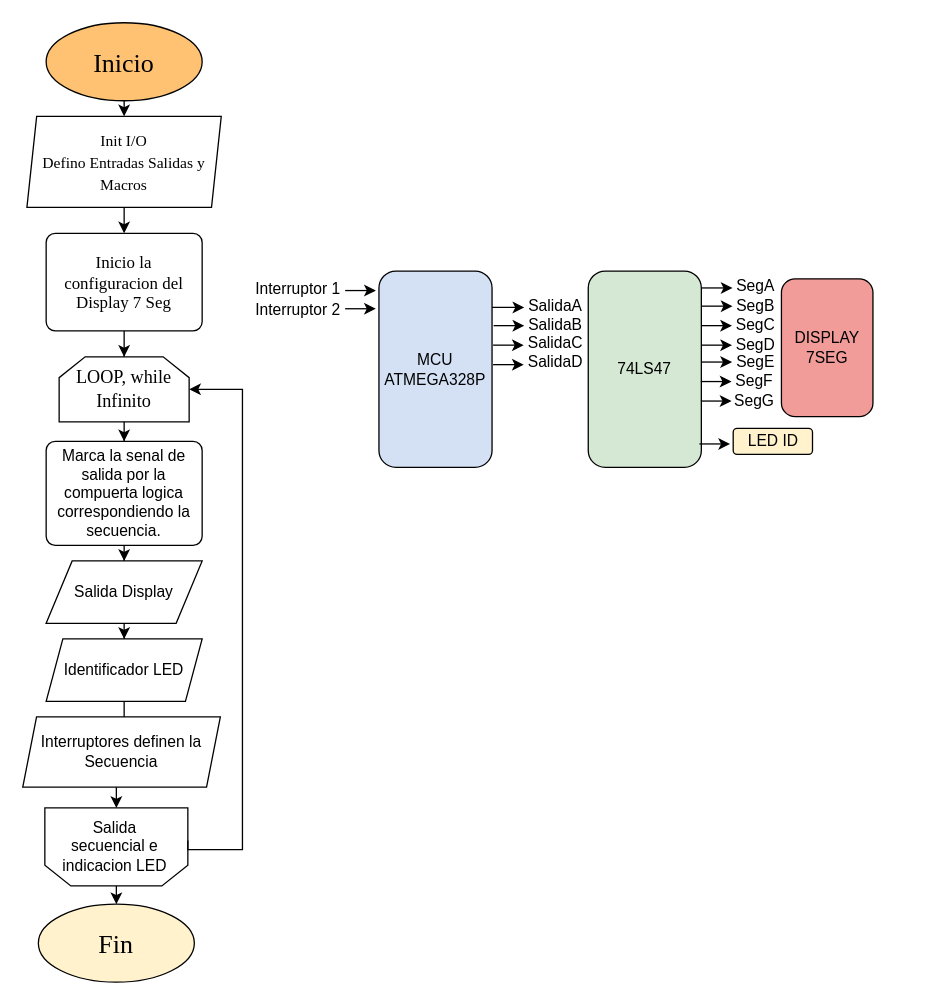
The draw.io diagram Untitled Diagram.drawio in AmbrizPapo/Ambriz-Pablo, before the edit. Source tidied: cells renumbered, new cells numbered last; positions are measured from the earlier drawing's top-left corner, leaving out a move shared by most shapes. Both pictures are drawn from the tidied source at 130%, with x=0, y=0 at pixel (22, 22).
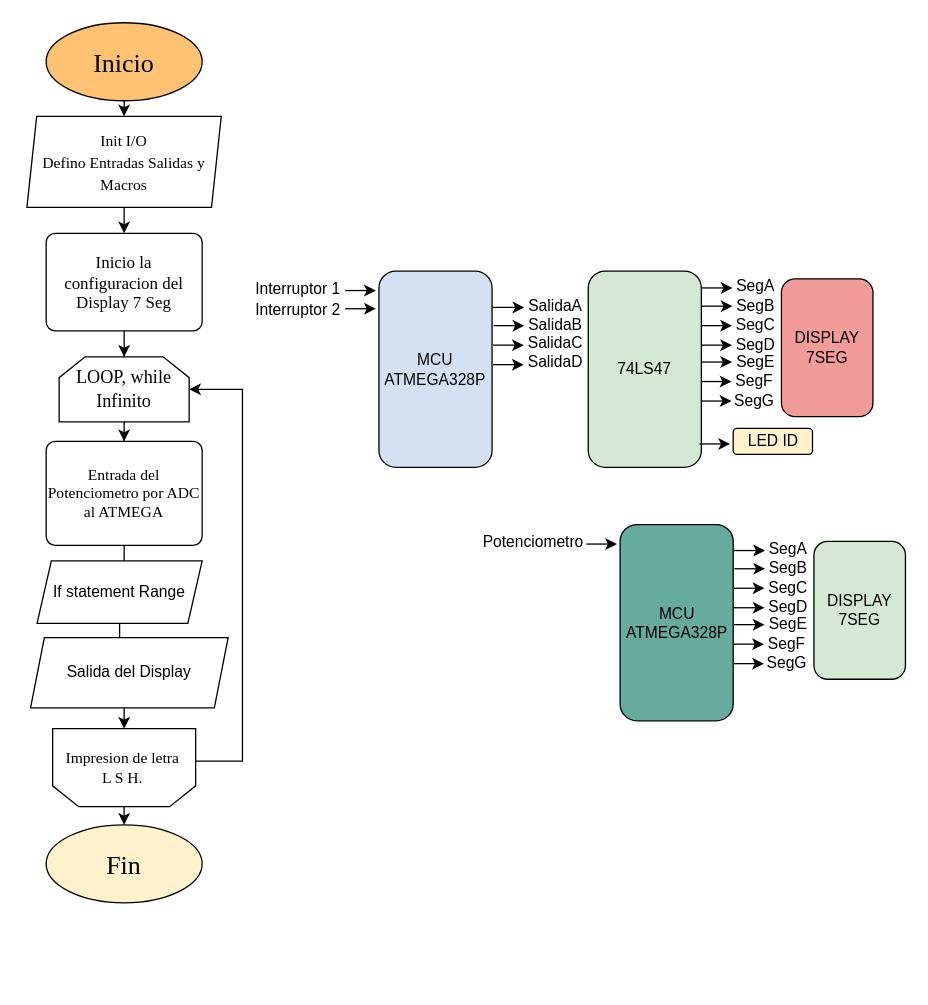
Above is the later version.

The change refers to these unchanged cells:
```xml
<mxCell id="7" value="&lt;div style=&quot;font-size: 14px&quot;&gt;&lt;font style=&quot;font-size: 14px&quot; face=&quot;Times New Roman&quot;&gt;LOOP, while&lt;br&gt;&lt;/font&gt;&lt;/div&gt;&lt;div style=&quot;font-size: 14px&quot;&gt;&lt;font style=&quot;font-size: 14px&quot; face=&quot;Times New Roman&quot;&gt;Infinito&lt;br&gt;&lt;/font&gt;&lt;/div&gt;" style="shape=loopLimit;whiteSpace=wrap;html=1;" parent="1" vertex="1">
  <mxGeometry x="28" y="257" width="100" height="50" as="geometry" />
</mxCell>
```

Diff of the diagram source:
```diff
@@
     <mxCell id="3" value="&lt;font style=&quot;font-size: 20px&quot; face=&quot;Times New Roman&quot;&gt;Fin&lt;/font&gt;" style="ellipse;whiteSpace=wrap;html=1;fillColor=#FFF2CC;" parent="1" vertex="1">
-      <mxGeometry x="12" y="678" width="120" height="60" as="geometry" />
+      <mxGeometry x="18" y="617" width="120" height="60" as="geometry" />
     </mxCell>
@@
-    <mxCell id="9" value="Marca la senal de salida por la compuerta logica correspondiendo la secuencia." style="rounded=1;whiteSpace=wrap;html=1;absoluteArcSize=1;arcSize=14;strokeWidth=1;" parent="1" vertex="1">
+    <mxCell id="9" value="&lt;font face=&quot;Times New Roman&quot;&gt;Entrada del Potenciometro por ADC al ATMEGA&lt;/font&gt;" style="rounded=1;whiteSpace=wrap;html=1;absoluteArcSize=1;arcSize=14;strokeWidth=1;" parent="1" vertex="1">
       <mxGeometry x="18" y="322" width="120" height="80" as="geometry" />
     </mxCell>
@@
     <mxCell id="13" style="edgeStyle=orthogonalEdgeStyle;rounded=0;jettySize=auto;html=1;exitX=0.5;exitY=1;exitDx=0;exitDy=0;entryX=0.5;entryY=1;entryDx=0;entryDy=0;" parent="1" edge="1" target="14">
       <mxGeometry relative="1" as="geometry">
-        <mxPoint x="76" y="579" as="sourcePoint" />
+        <mxPoint x="82" y="518" as="sourcePoint" />
       </mxGeometry>
     </mxCell>
     <mxCell id="14" style="shape=loopLimit;whiteSpace=wrap;html=1;strokeWidth=1;size=20;rotation=-180;" parent="1" vertex="1">
-      <mxGeometry x="17" y="604" width="110" height="60" as="geometry" />
+      <mxGeometry x="23" y="543" width="110" height="60" as="geometry" />
     </mxCell>
     <mxCell id="15" style="edgeStyle=orthogonalEdgeStyle;rounded=0;jettySize=auto;html=1;entryX=1;entryY=0.5;entryDx=0;entryDy=0;exitX=0;exitY=0.583;exitDx=0;exitDy=0;exitPerimeter=0;" parent="1" edge="1" source="14" target="7">
       <mxGeometry relative="1" as="geometry">
         <Array as="points">
-          <mxPoint x="127" y="636" />
-          <mxPoint x="169" y="636" />
+          <mxPoint x="169" y="568" />
           <mxPoint x="169" y="282" />
         </Array>
       </mxGeometry>
     </mxCell>
-    <mxCell id="16" value="Salida secuencial e indicacion LED" style="text;html=1;strokeColor=none;fillColor=none;align=center;verticalAlign=middle;whiteSpace=wrap;rounded=0;" parent="1" vertex="1">
-      <mxGeometry x="25" y="624" width="92" height="19" as="geometry" />
+    <mxCell id="16" value="&lt;font face=&quot;Times New Roman&quot;&gt;Impresion de letra L S H.&lt;/font&gt;" style="text;html=1;strokeColor=none;fillColor=none;align=center;verticalAlign=middle;whiteSpace=wrap;rounded=0;" parent="1" vertex="1">
+      <mxGeometry x="31" y="563" width="92" height="19" as="geometry" />
     </mxCell>
@@
-    <mxCell id="32" style="edgeStyle=orthogonalEdgeStyle;rounded=0;jettySize=auto;html=1;" parent="1" edge="1" source="33" target="35">
-      <mxGeometry relative="1" as="geometry" />
+    <mxCell id="32" style="edgeStyle=orthogonalEdgeStyle;rounded=0;jettySize=auto;html=1;" parent="1" edge="1" source="33">
+      <mxGeometry relative="1" as="geometry">
+        <mxPoint x="78" y="474" as="targetPoint" />
+      </mxGeometry>
     </mxCell>
-    <mxCell id="33" value="Salida Display" style="shape=parallelogram;perimeter=parallelogramPerimeter;whiteSpace=wrap;html=1;fixedSize=1;" parent="1" vertex="1">
-      <mxGeometry x="18" y="414" width="120" height="48" as="geometry" />
+    <mxCell id="33" value="If statement Range" style="shape=parallelogram;perimeter=parallelogramPerimeter;whiteSpace=wrap;html=1;fixedSize=1;size=11;" parent="1" vertex="1">
+      <mxGeometry x="11" y="414" width="127" height="48" as="geometry" />
     </mxCell>
-    <mxCell id="34" style="edgeStyle=orthogonalEdgeStyle;rounded=0;jettySize=auto;html=1;" parent="1" edge="1" source="35" target="36">
-      <mxGeometry relative="1" as="geometry" />
-    </mxCell>
-    <mxCell id="35" value="Identificador LED" style="shape=parallelogram;perimeter=parallelogramPerimeter;whiteSpace=wrap;html=1;fixedSize=1;size=12.862068965517267;" parent="1" vertex="1">
-      <mxGeometry x="18" y="474" width="120" height="48" as="geometry" />
-    </mxCell>
-    <mxCell id="36" value="Interruptores definen la Secuencia" style="shape=parallelogram;perimeter=parallelogramPerimeter;whiteSpace=wrap;html=1;fixedSize=1;size=10.620689655172498;" parent="1" vertex="1">
-      <mxGeometry y="534" width="152" height="54" as="geometry" />
+    <mxCell id="36" value="Salida del Display" style="shape=parallelogram;perimeter=parallelogramPerimeter;whiteSpace=wrap;html=1;fixedSize=1;size=10.620689655172498;" parent="1" vertex="1">
+      <mxGeometry x="6" y="473" width="152" height="54" as="geometry" />
     </mxCell>
@@
+    <mxCell id="54" style="endArrow=classic;html=1;" parent="1" edge="1">
+      <mxGeometry relative="1" as="geometry">
+        <mxPoint x="543" y="406" as="sourcePoint" />
+        <mxPoint x="571" y="406" as="targetPoint" />
+      </mxGeometry>
+    </mxCell>
+    <mxCell id="55" value="SegA" style="text;html=1;strokeColor=none;fillColor=none;align=center;verticalAlign=middle;whiteSpace=wrap;rounded=0;" parent="1" vertex="1">
+      <mxGeometry x="569" y="395" width="40" height="20" as="geometry" />
+    </mxCell>
+    <mxCell id="56" style="endArrow=classic;html=1;exitX=1.003;exitY=0.191;exitDx=0;exitDy=0;exitPerimeter=0;" parent="1" edge="1">
+      <mxGeometry relative="1" as="geometry">
+        <mxPoint x="547.4" y="420" as="sourcePoint" />
+        <mxPoint x="571" y="420" as="targetPoint" />
+        <Array as="points">
+          <mxPoint x="547" y="420" />
+        </Array>
+      </mxGeometry>
+    </mxCell>
+    <mxCell id="57" value="SegB" style="text;html=1;strokeColor=none;fillColor=none;align=center;verticalAlign=middle;whiteSpace=wrap;rounded=0;" parent="1" vertex="1">
+      <mxGeometry x="569" y="410" width="40" height="20" as="geometry" />
+    </mxCell>
+    <mxCell id="58" style="endArrow=classic;html=1;exitX=1.003;exitY=0.191;exitDx=0;exitDy=0;exitPerimeter=0;" parent="1" edge="1">
+      <mxGeometry relative="1" as="geometry">
+        <mxPoint x="547" y="435" as="sourcePoint" />
+        <mxPoint x="570.6" y="435" as="targetPoint" />
+      </mxGeometry>
+    </mxCell>
+    <mxCell id="59" value="SegC" style="text;html=1;strokeColor=none;fillColor=none;align=center;verticalAlign=middle;whiteSpace=wrap;rounded=0;" parent="1" vertex="1">
+      <mxGeometry x="568.6" y="425" width="40" height="20" as="geometry" />
+    </mxCell>
+    <mxCell id="60" style="endArrow=classic;html=1;exitX=1.003;exitY=0.191;exitDx=0;exitDy=0;exitPerimeter=0;" parent="1" edge="1">
+      <mxGeometry relative="1" as="geometry">
+        <mxPoint x="547" y="450" as="sourcePoint" />
+        <mxPoint x="570.6" y="450" as="targetPoint" />
+      </mxGeometry>
+    </mxCell>
+    <mxCell id="61" value="SegD" style="text;html=1;strokeColor=none;fillColor=none;align=center;verticalAlign=middle;whiteSpace=wrap;rounded=0;" parent="1" vertex="1">
+      <mxGeometry x="568.6" y="440" width="40.4" height="20" as="geometry" />
+    </mxCell>
+    <mxCell id="62" style="endArrow=classic;html=1;exitX=1.003;exitY=0.191;exitDx=0;exitDy=0;exitPerimeter=0;" parent="1" edge="1">
+      <mxGeometry relative="1" as="geometry">
+        <mxPoint x="433.5" y="401" as="sourcePoint" />
+        <mxPoint x="457.1" y="401" as="targetPoint" />
+      </mxGeometry>
+    </mxCell>
+    <mxCell id="63" value="&lt;div&gt;DISPLAY&lt;br&gt;&lt;/div&gt;&lt;div&gt;7SEG&lt;/div&gt;" style="rounded=1;whiteSpace=wrap;html=1;fillColor=#D5E8D4;" parent="1" vertex="1">
+      <mxGeometry x="608.6" y="399" width="70.4" height="106" as="geometry" />
+    </mxCell>
+    <mxCell id="64" value="Potenciometro" style="text;html=1;strokeColor=none;fillColor=none;align=center;verticalAlign=middle;whiteSpace=wrap;rounded=0;" parent="1" vertex="1">
+      <mxGeometry x="355.8" y="390" width="74" height="20" as="geometry" />
+    </mxCell>
+    <mxCell id="65" style="endArrow=classic;html=1;exitX=1.003;exitY=0.191;exitDx=0;exitDy=0;exitPerimeter=0;" parent="1" edge="1">
+      <mxGeometry relative="1" as="geometry">
+        <mxPoint x="547" y="463" as="sourcePoint" />
+        <mxPoint x="570.6" y="463" as="targetPoint" />
+        <Array as="points">
+          <mxPoint x="546.6" y="463" />
+        </Array>
+      </mxGeometry>
+    </mxCell>
+    <mxCell id="66" value="SegE" style="text;html=1;strokeColor=none;fillColor=none;align=center;verticalAlign=middle;whiteSpace=wrap;rounded=0;" parent="1" vertex="1">
+      <mxGeometry x="568.6" y="453" width="40" height="20" as="geometry" />
+    </mxCell>
+    <mxCell id="67" style="endArrow=classic;html=1;exitX=1.003;exitY=0.191;exitDx=0;exitDy=0;exitPerimeter=0;" parent="1" edge="1">
+      <mxGeometry relative="1" as="geometry">
+        <mxPoint x="546.6" y="478" as="sourcePoint" />
+        <mxPoint x="570.2" y="478" as="targetPoint" />
+      </mxGeometry>
+    </mxCell>
+    <mxCell id="68" value="SegF" style="text;html=1;strokeColor=none;fillColor=none;align=center;verticalAlign=middle;whiteSpace=wrap;rounded=0;" parent="1" vertex="1">
+      <mxGeometry x="568.2" y="468" width="40" height="20" as="geometry" />
+    </mxCell>
+    <mxCell id="69" style="endArrow=classic;html=1;exitX=1.003;exitY=0.191;exitDx=0;exitDy=0;exitPerimeter=0;" parent="1" edge="1">
+      <mxGeometry relative="1" as="geometry">
+        <mxPoint x="546.6" y="493" as="sourcePoint" />
+        <mxPoint x="570.2" y="493" as="targetPoint" />
+      </mxGeometry>
+    </mxCell>
+    <mxCell id="70" value="SegG" style="text;html=1;strokeColor=none;fillColor=none;align=center;verticalAlign=middle;whiteSpace=wrap;rounded=0;" parent="1" vertex="1">
+      <mxGeometry x="568.2" y="483" width="40.4" height="20" as="geometry" />
+    </mxCell>
+    <mxCell id="71" value="MCU&lt;br&gt;&lt;div&gt;ATMEGA328P&lt;/div&gt;" style="rounded=1;whiteSpace=wrap;html=1;fillColor=#67AB9F;" parent="1" vertex="1">
+      <mxGeometry x="459.5" y="386" width="87" height="151" as="geometry" />
+    </mxCell>
```
